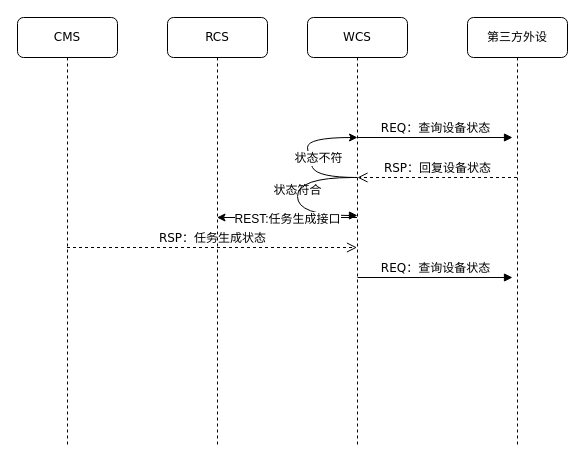
Before: data/货物检测装置.drawio in chenyanxi/hosts, a draw.io diagram. Source tidied: cells renumbered, new cells numbered last; positions are measured from the earlier drawing's top-left corner, leaving out a move shared by most shapes. Both pictures are drawn from the tidied source at 100%, with x=0, y=0 at pixel (17, 17).
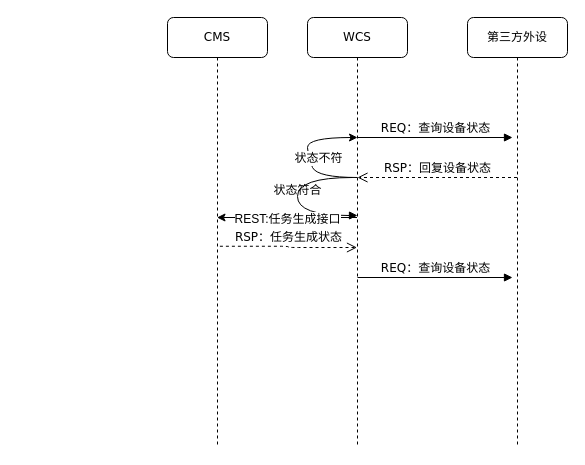
Above is the later version.

Commit message:
更新货物检测装置.drawio

The edit, as a diff of the source:
```diff
@@
-    <mxCell id="8" value="RCS" style="shape=umlLifeline;perimeter=lifelinePerimeter;whiteSpace=wrap;html=1;outlineConnect=0;rounded=1;shadow=0;comic=0;labelBackgroundColor=none;strokeWidth=1;fontFamily=Verdana;fontSize=12;align=center;" parent="1" vertex="1">
+    <mxCell id="8" value="CMS" style="shape=umlLifeline;perimeter=lifelinePerimeter;whiteSpace=wrap;html=1;outlineConnect=0;rounded=1;shadow=0;comic=0;labelBackgroundColor=none;strokeWidth=1;fontFamily=Verdana;fontSize=12;align=center;" parent="1" vertex="1">
       <mxGeometry x="150" width="100" height="430" as="geometry" />
     </mxCell>
@@
-    <mxCell id="11" value="RSP：任务生成状态" style="html=1;verticalAlign=bottom;endArrow=open;dashed=1;endSize=8;labelBackgroundColor=none;fontFamily=Verdana;fontSize=12;edgeStyle=elbowEdgeStyle;elbow=horizontal;" parent="8" edge="1" source="14">
+    <mxCell id="11" value="RSP：任务生成状态" style="html=1;verticalAlign=bottom;endArrow=open;dashed=1;endSize=8;labelBackgroundColor=none;fontFamily=Verdana;fontSize=12;edgeStyle=elbowEdgeStyle;elbow=horizontal;exitX=0.524;exitY=0.532;exitDx=0;exitDy=0;exitPerimeter=0;" parent="8" edge="1" source="8">
       <mxGeometry relative="1" as="geometry">
         <mxPoint x="189.5" y="230" as="targetPoint" />
-        <Array as="points">
-          <mxPoint x="-80" y="230" />
-          <mxPoint x="215.5" y="285" />
-        </Array>
       </mxGeometry>
     </mxCell>
@@
-    <mxCell id="14" value="CMS" style="shape=umlLifeline;perimeter=lifelinePerimeter;whiteSpace=wrap;html=1;outlineConnect=0;rounded=1;shadow=0;comic=0;labelBackgroundColor=none;strokeWidth=1;fontFamily=Verdana;fontSize=12;align=center;" parent="1" vertex="1">
-      <mxGeometry width="100" height="430" as="geometry" />
-    </mxCell>
```
